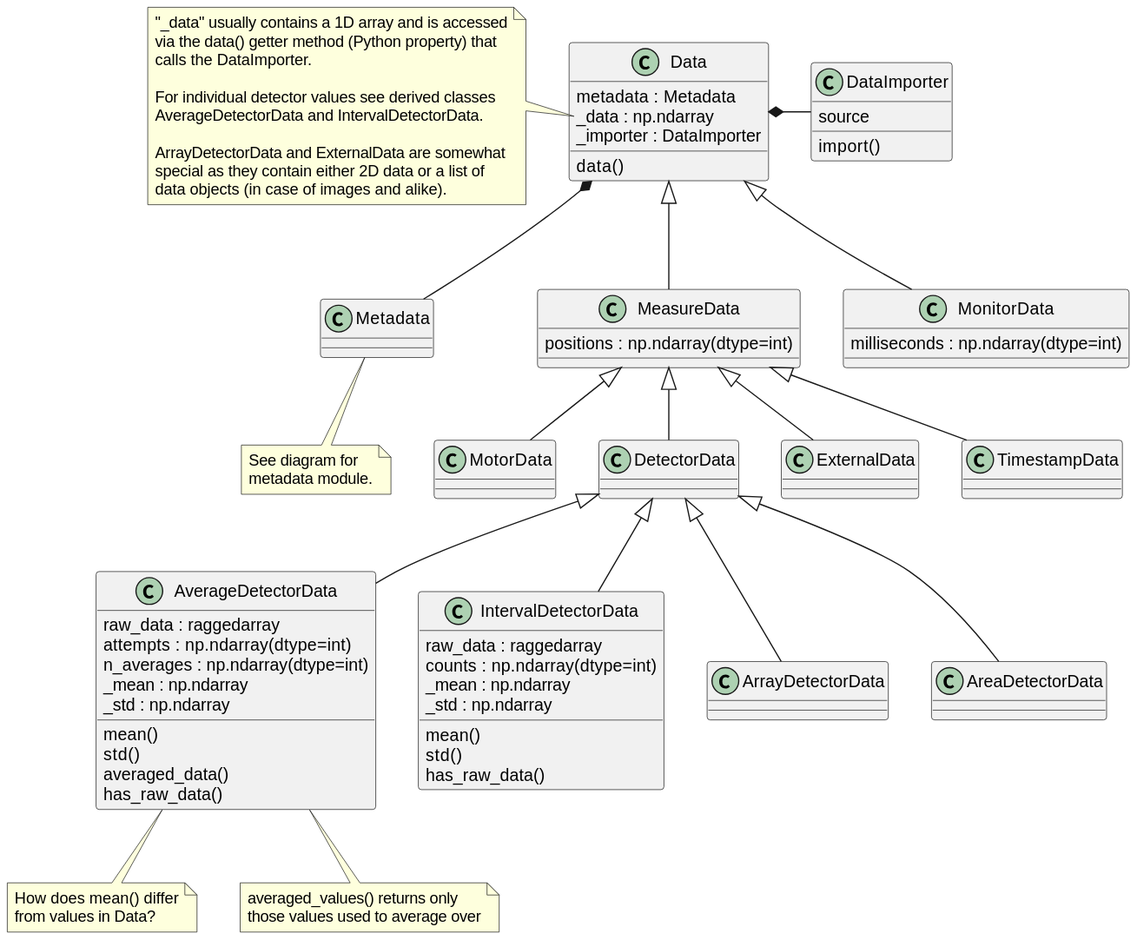
Above: docs/uml/evedata.evefile.data.svg in tillbiskup/evedata (PlantUML), before the change.
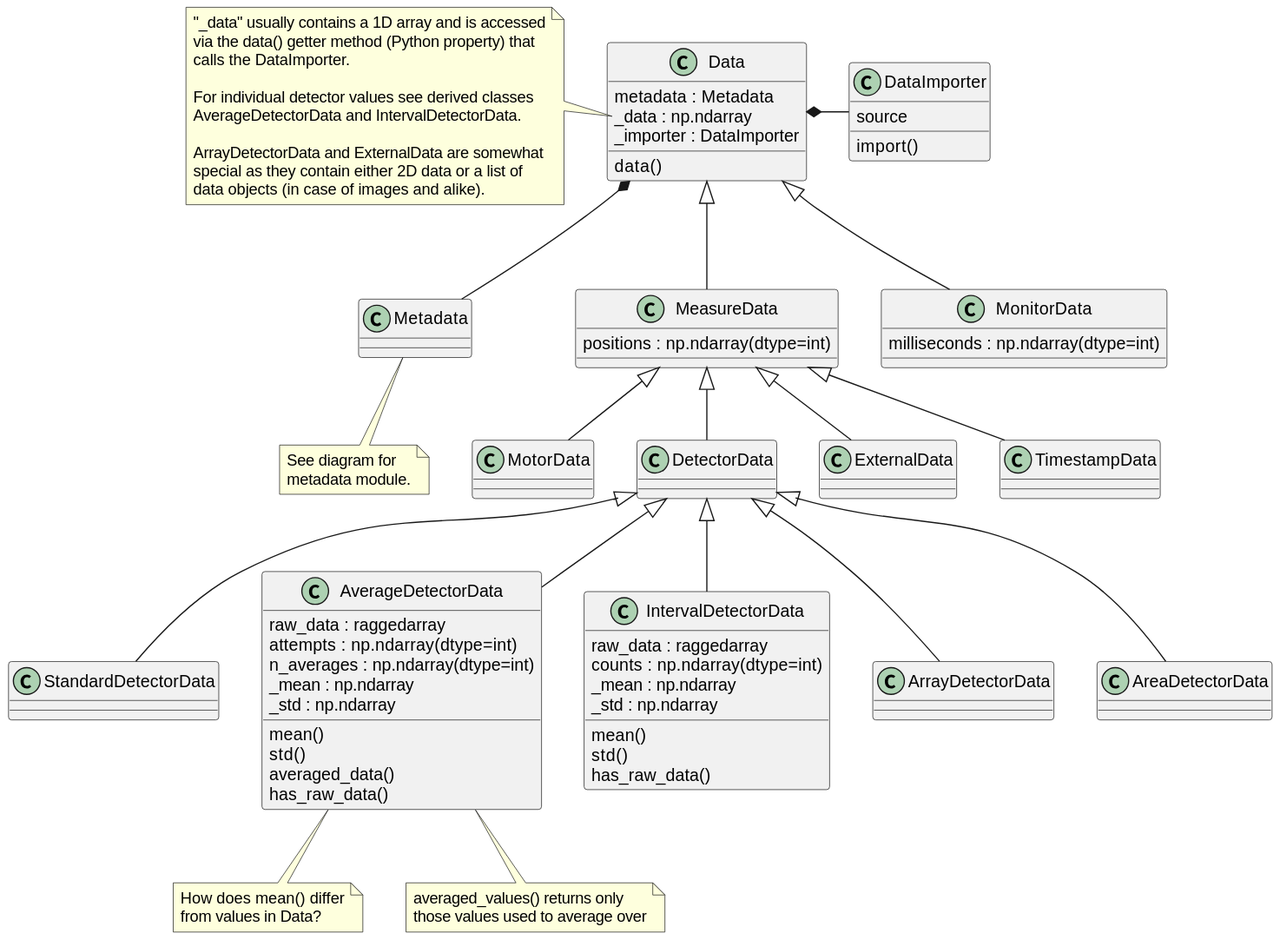
After the commit.

The edit, as a diff of the source:
```diff
@@ -50,6 +50,8 @@
 class TimestampData extends MeasureData {
 }
 
+class StandardDetectorData extends DetectorData {}
+
 class AverageDetectorData extends DetectorData {
     raw_data : raggedarray
     {field} attempts : np.ndarray(dtype=int)
```
